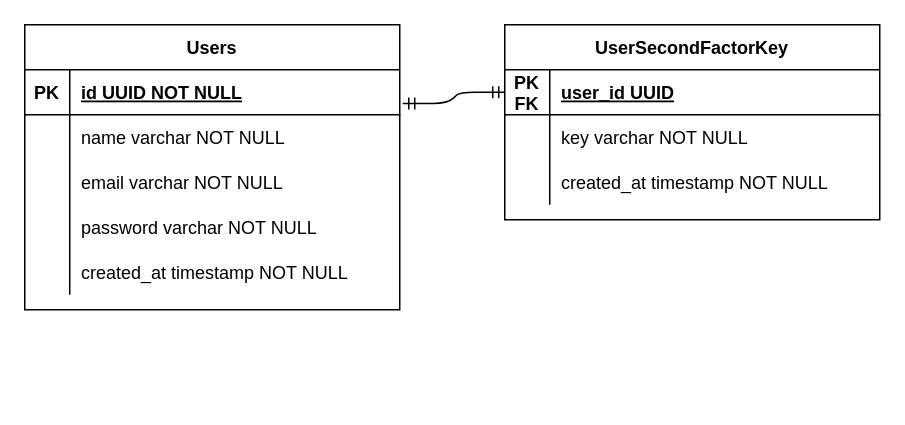
IagooCesaar/node-auth-2fa keeps this draw.io diagram as .github/der-auth2fa.drawio. Above is the earlier version. Source tidied: cells renumbered, new cells numbered last; positions are measured from the earlier drawing's top-left corner, leaving out a move shared by most shapes. Both pictures are drawn from the tidied source at 150%, with x=0, y=0 at pixel (24, 24).
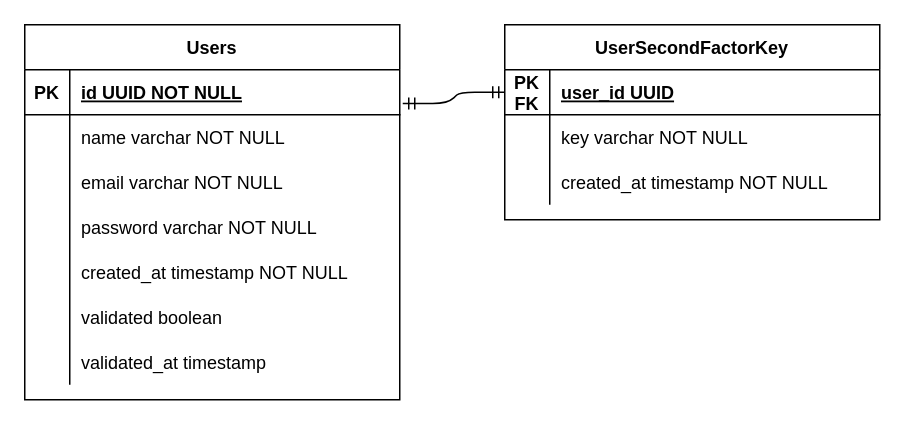
The same page after the edit.

Commit message (it also covers changes not shown here):
novos campos para UserSecondFactorKey

Diff of the diagram source:
```diff
@@
     <mxCell id="12" value="Users" style="shape=table;startSize=30;childLayout=tableLayout;rowLines=0;fontStyle=1;align=center;" parent="1" vertex="1">
-      <mxGeometry width="250" height="190" as="geometry" />
+      <mxGeometry width="250" height="250" as="geometry" />
     </mxCell>
@@
+    <mxCell id="29" style="shape=partialRectangle;fillColor=none;top=0;left=0;bottom=0;right=0;" parent="12" vertex="1">
+      <mxGeometry y="180" width="250" height="30" as="geometry" />
+    </mxCell>
+    <mxCell id="30" style="shape=partialRectangle;fillColor=none;top=0;left=0;bottom=0;right=0;overflow=hidden;" parent="29" vertex="1">
+      <mxGeometry width="30" height="30" as="geometry" />
+    </mxCell>
+    <mxCell id="31" value="validated boolean" style="shape=partialRectangle;fillColor=none;top=0;left=0;bottom=0;right=0;align=left;spacingLeft=6;overflow=hidden;" parent="29" vertex="1">
+      <mxGeometry x="30" width="220" height="30" as="geometry" />
+    </mxCell>
+    <mxCell id="32" style="shape=partialRectangle;fillColor=none;top=0;left=0;bottom=0;right=0;" parent="12" vertex="1">
+      <mxGeometry y="210" width="250" height="30" as="geometry" />
+    </mxCell>
+    <mxCell id="33" style="shape=partialRectangle;fillColor=none;top=0;left=0;bottom=0;right=0;overflow=hidden;" parent="32" vertex="1">
+      <mxGeometry width="30" height="30" as="geometry" />
+    </mxCell>
+    <mxCell id="34" value="validated_at timestamp" style="shape=partialRectangle;fillColor=none;top=0;left=0;bottom=0;right=0;align=left;spacingLeft=6;overflow=hidden;" parent="32" vertex="1">
+      <mxGeometry x="30" width="220" height="30" as="geometry" />
+    </mxCell>
```
